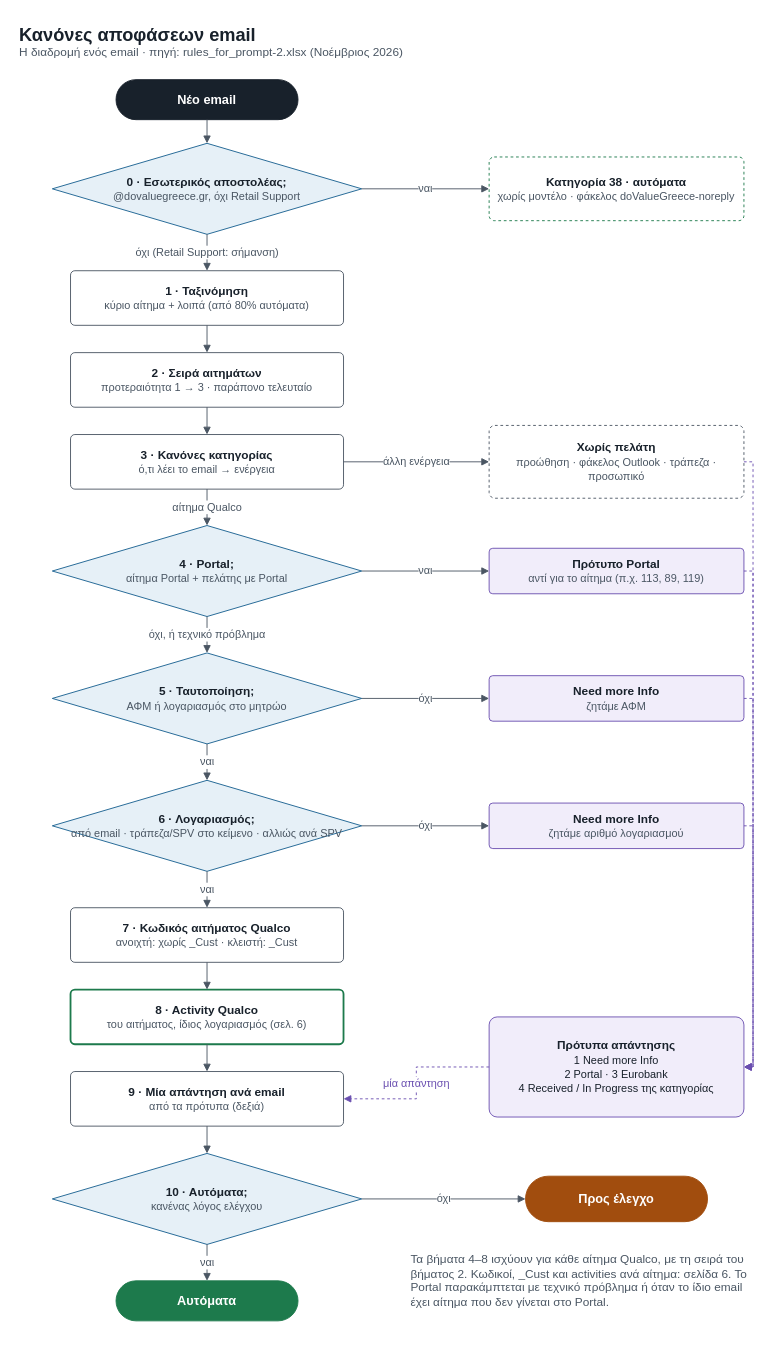
Earlier version of the draw.io diagram page "1 Διαδρομή email" (1 of 6) of docs/decision_rules.drawio (nicoleplak/email-classification). Source tidied: cells renumbered, new cells numbered last; positions are measured from the earlier drawing's top-left corner, leaving out a move shared by most shapes. Both pictures are drawn from the tidied source at 91%, with x=0, y=0 at pixel (15, 15).
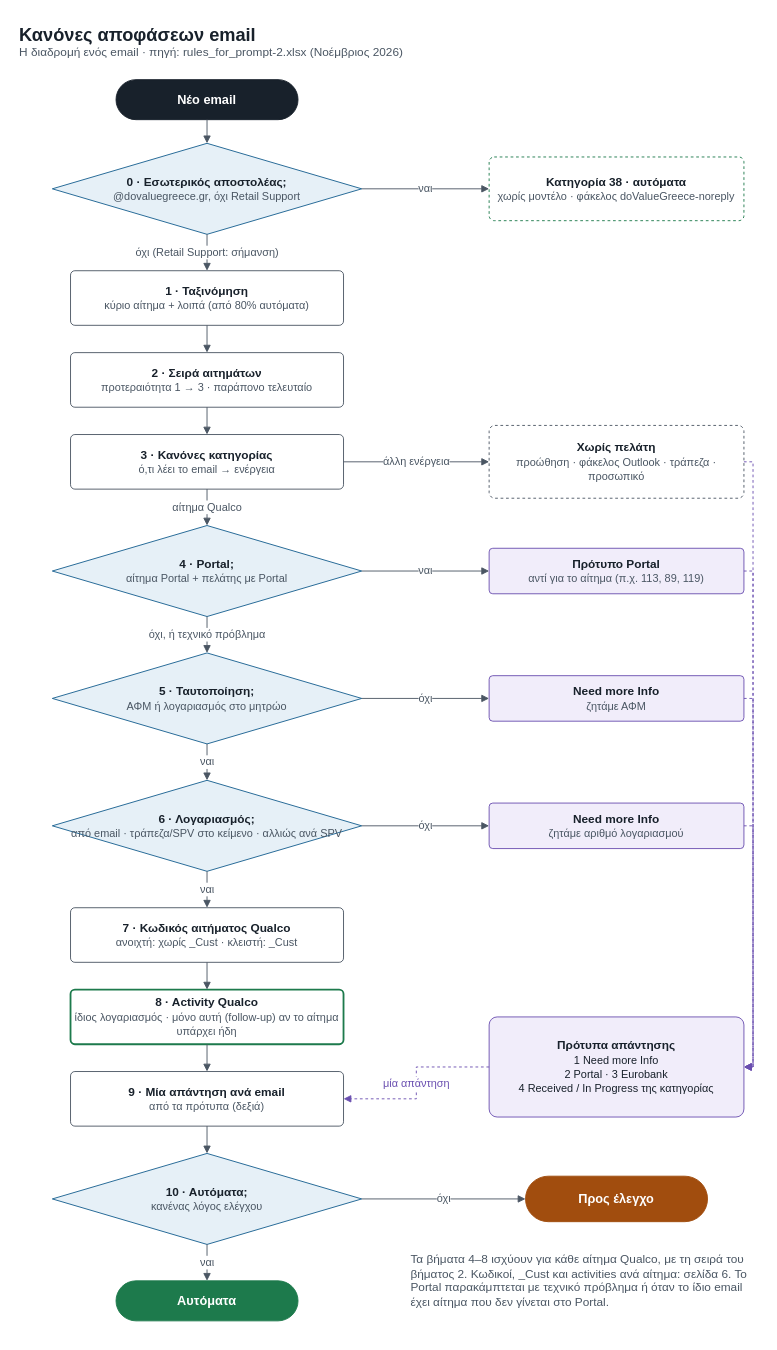
After the change.

What changed in the source:
```diff
@@
-    <mxCell id="12" value="&lt;b&gt;8 · Activity Qualco&lt;/b&gt;&lt;br&gt;&lt;font style=&quot;font-size:12px&quot; color=&quot;#4A5663&quot;&gt;του αιτήματος, ίδιος λογαριασμός (σελ. 6)&lt;/font&gt;" style="rounded=1;arcSize=8;whiteSpace=wrap;html=1;fillColor=#FFFFFF;strokeColor=#1D7A4C;strokeWidth=2;fontFamily=Helvetica;fontColor=#18212B;fontSize=13;" parent="1" vertex="1">
+    <mxCell id="12" value="&lt;b&gt;8 · Activity Qualco&lt;/b&gt;&lt;br&gt;&lt;font style=&quot;font-size:12px&quot; color=&quot;#4A5663&quot;&gt;ίδιος λογαριασμός · μόνο αυτή (follow-up) αν το αίτημα υπάρχει ήδη&lt;/font&gt;" style="rounded=1;arcSize=8;whiteSpace=wrap;html=1;fillColor=#FFFFFF;strokeColor=#1D7A4C;strokeWidth=2;fontFamily=Helvetica;fontColor=#18212B;fontSize=13;" parent="1" vertex="1">
       <mxGeometry x="60" y="1070" width="300" height="60" as="geometry" />
     </mxCell>
```
